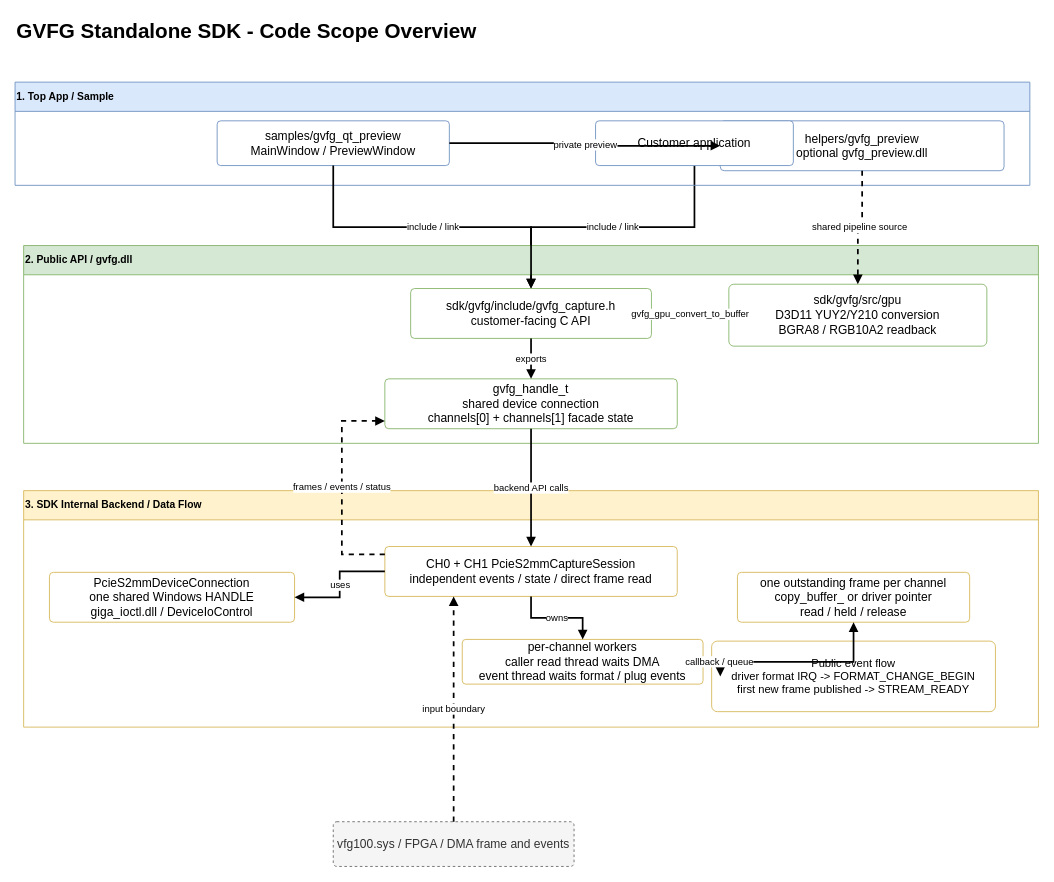
The draw.io diagram docs/GVFG_ARCHITECTURE_OVERVIEW.drawio in MarquezLin/GVFG_Standalone, before the edit. Source tidied: cells renumbered, new cells numbered last; positions are measured from the earlier drawing's top-left corner, leaving out a move shared by most shapes. Both pictures are drawn from the tidied source at 86%, with x=0, y=0 at pixel (15, 15).
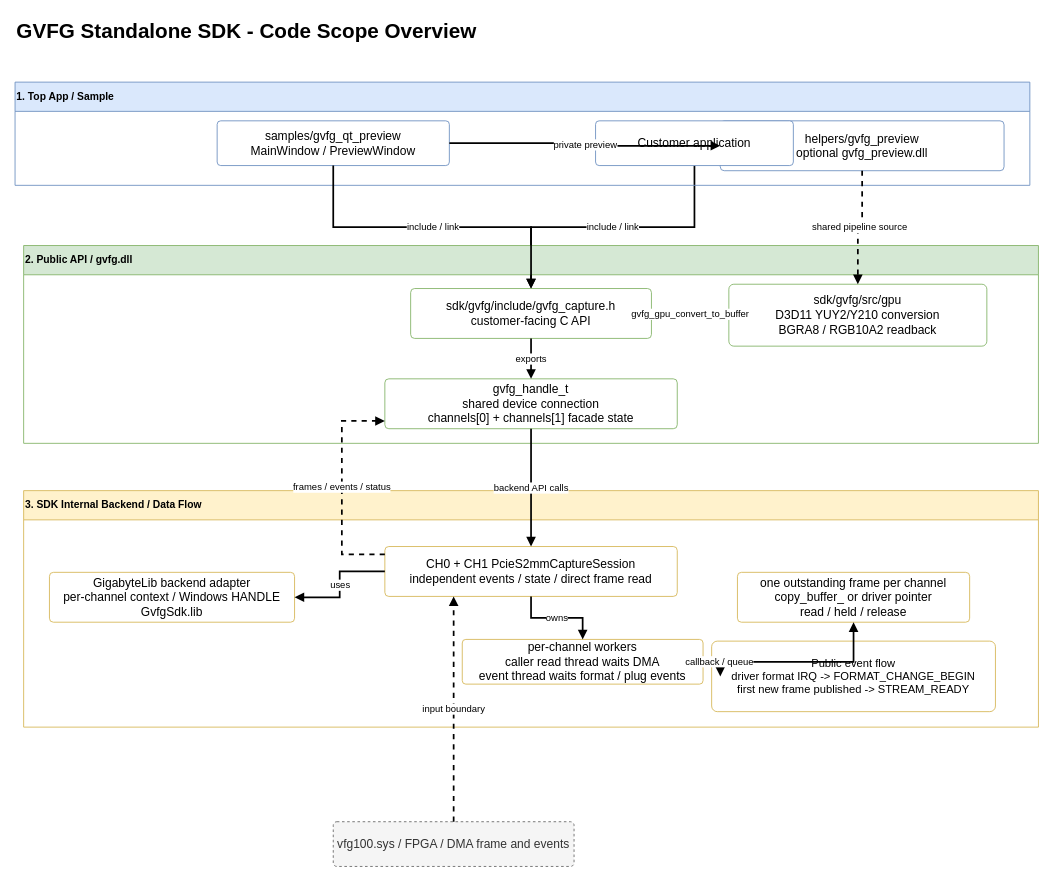
The same page after the edit.

The change refers to these unchanged cells:
```xml
<mxCell id="9" value="3. SDK Internal Backend / Data Flow" style="swimlane;html=1;startSize=34;horizontal=1;fillColor=#fff2cc;strokeColor=#d6b656;fontStyle=1;align=left;" parent="1" vertex="1">
  <mxGeometry x="10" y="553" width="1180" height="275" as="geometry" />
</mxCell>
```

The edit, as a diff of the source:
```diff
@@
-    <mxCell id="10" value="PcieS2mmDeviceConnection&lt;br&gt;one shared Windows HANDLE&lt;br&gt;giga_ioctl.dll / DeviceIoControl" style="rounded=1;whiteSpace=wrap;html=1;arcSize=8;fillColor=#ffffff;strokeColor=#d6b656;fontSize=14;" parent="9" vertex="1">
+    <mxCell id="10" value="GigabyteLib backend adapter&lt;br&gt;per-channel context / Windows HANDLE&lt;br&gt;GvfgSdk.lib" style="rounded=1;whiteSpace=wrap;html=1;arcSize=8;fillColor=#ffffff;strokeColor=#d6b656;fontSize=14;" parent="9" vertex="1">
       <mxGeometry x="30" y="95" width="285" height="58" as="geometry" />
     </mxCell>
```
